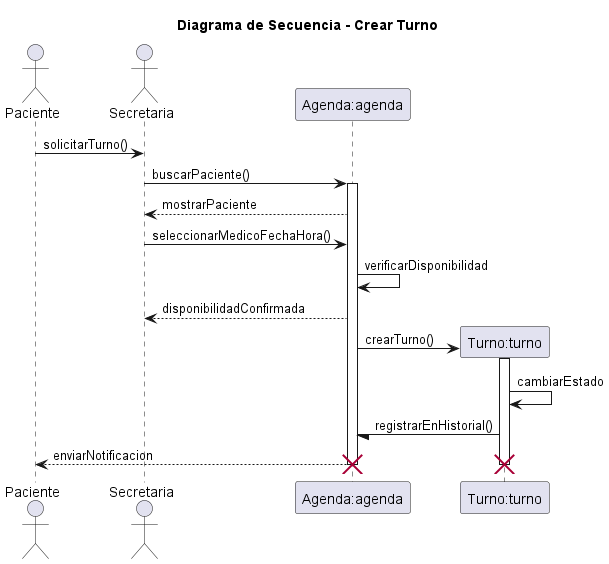
The PlantUML diagram diagramas/05-diagramas-secuencia/05-secuencia-crear-turno-01.png in eternalnight04/SistemaTurnosMedicos, before a commit.
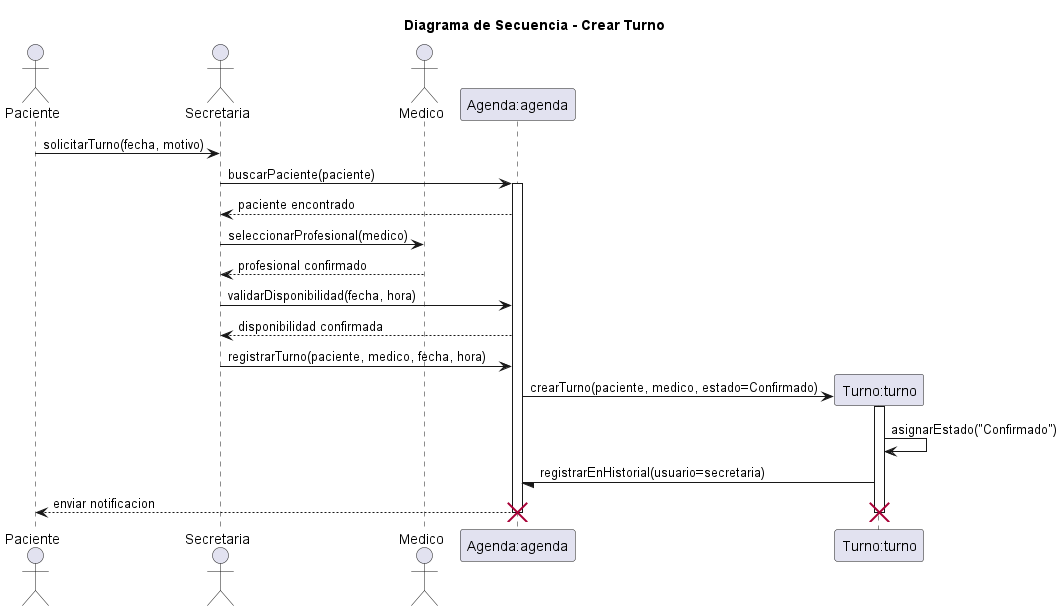
Later version of the same file.

The edit, as a diff of the source:
```diff
@@ -4,33 +4,37 @@
 
 actor Paciente as paciente
 actor Secretaria as secretaria
+actor Medico as medico
+
 participant "Agenda:agenda" as agenda
 participant "Turno:turno" as turno
 
-paciente -> secretaria: solicitarTurno()
+paciente -> secretaria: solicitarTurno(fecha, motivo)
+secretaria -> agenda: buscarPaciente(paciente)
 
-secretaria -> agenda: buscarPaciente()
 activate agenda
 
-agenda --> secretaria: mostrarPaciente
-secretaria -> agenda: seleccionarMedicoFechaHora()
-
-agenda -> agenda: verificarDisponibilidad
-agenda --> secretaria: disponibilidadConfirmada
+agenda --> secretaria: paciente encontrado
+secretaria -> medico: seleccionarProfesional(medico)
+medico --> secretaria: profesional confirmado
+secretaria -> agenda: validarDisponibilidad(fecha, hora)
+agenda --> secretaria: disponibilidad confirmada
+secretaria -> agenda: registrarTurno(paciente, medico, fecha, hora)
 
 create turno
-agenda -> turno: crearTurno()
+
+agenda -> turno: crearTurno(paciente, medico, estado=Confirmado)
+
 activate turno
 
-turno -> turno: cambiarEstado
-turno -/ agenda: registrarEnHistorial()
-
-agenda --> paciente: enviarNotificacion
+turno -> turno: asignarEstado("Confirmado")
+turno -/ agenda: registrarEnHistorial(usuario=secretaria)
+agenda --> paciente: enviar notificacion
 
 deactivate turno
+destroy turno
+
 deactivate agenda
-
-destroy turno
 destroy agenda
 
 @enduml
```
